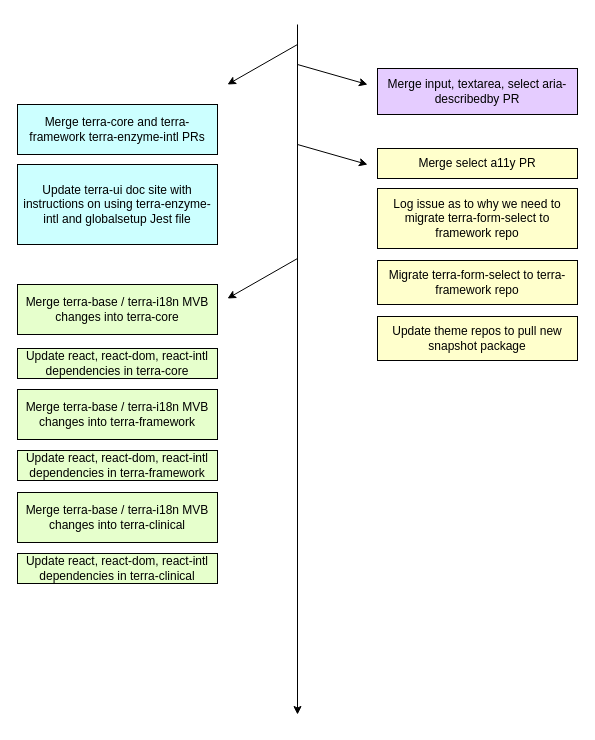
Before: Untitled Diagram.drawio in bjankord/Base.css, a draw.io diagram. Source tidied: cells renumbered, new cells numbered last; positions are measured from the earlier drawing's top-left corner, leaving out a move shared by most shapes. Both pictures are drawn from the tidied source at 100%, with x=0, y=0 at pixel (17, 24).
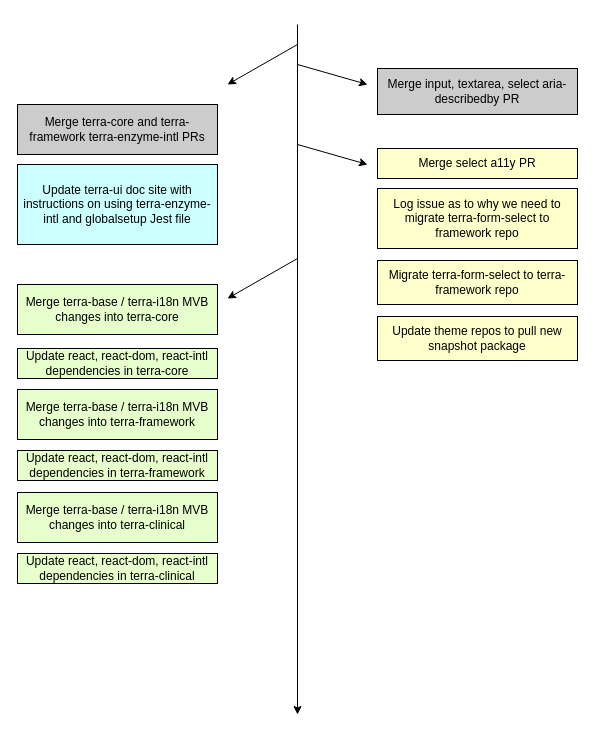
After the change.

What changed in the source:
```diff
@@
-    <mxCell id="5" value="&lt;span id=&quot;docs-internal-guid-9a763968-7fff-6fca-603b-f5bd0c2b2e99&quot;&gt;&lt;p dir=&quot;ltr&quot;&gt;&lt;span&gt;Merge terra-core and terra-framework terra-enzyme-intl PRs&lt;/span&gt;&lt;/p&gt;&lt;/span&gt;" style="rounded=0;whiteSpace=wrap;html=1;fillColor=#CCFFFF;" parent="1" vertex="1">
+    <mxCell id="5" value="&lt;span id=&quot;docs-internal-guid-9a763968-7fff-6fca-603b-f5bd0c2b2e99&quot;&gt;&lt;p dir=&quot;ltr&quot;&gt;&lt;span&gt;Merge terra-core and terra-framework terra-enzyme-intl PRs&lt;/span&gt;&lt;/p&gt;&lt;/span&gt;" style="rounded=0;whiteSpace=wrap;html=1;fillColor=#CCCCCC;" parent="1" vertex="1">
       <mxGeometry y="80" width="200" height="50" as="geometry" />
     </mxCell>
@@
-    <mxCell id="18" value="Merge input, textarea, select aria-describedby PR" style="rounded=0;whiteSpace=wrap;html=1;fillColor=#E5CCFF;" parent="1" vertex="1">
+    <mxCell id="18" value="Merge input, textarea, select aria-describedby PR" style="rounded=0;whiteSpace=wrap;html=1;fillColor=#CCCCCC;" parent="1" vertex="1">
       <mxGeometry x="360" y="44" width="200" height="46" as="geometry" />
     </mxCell>
```
